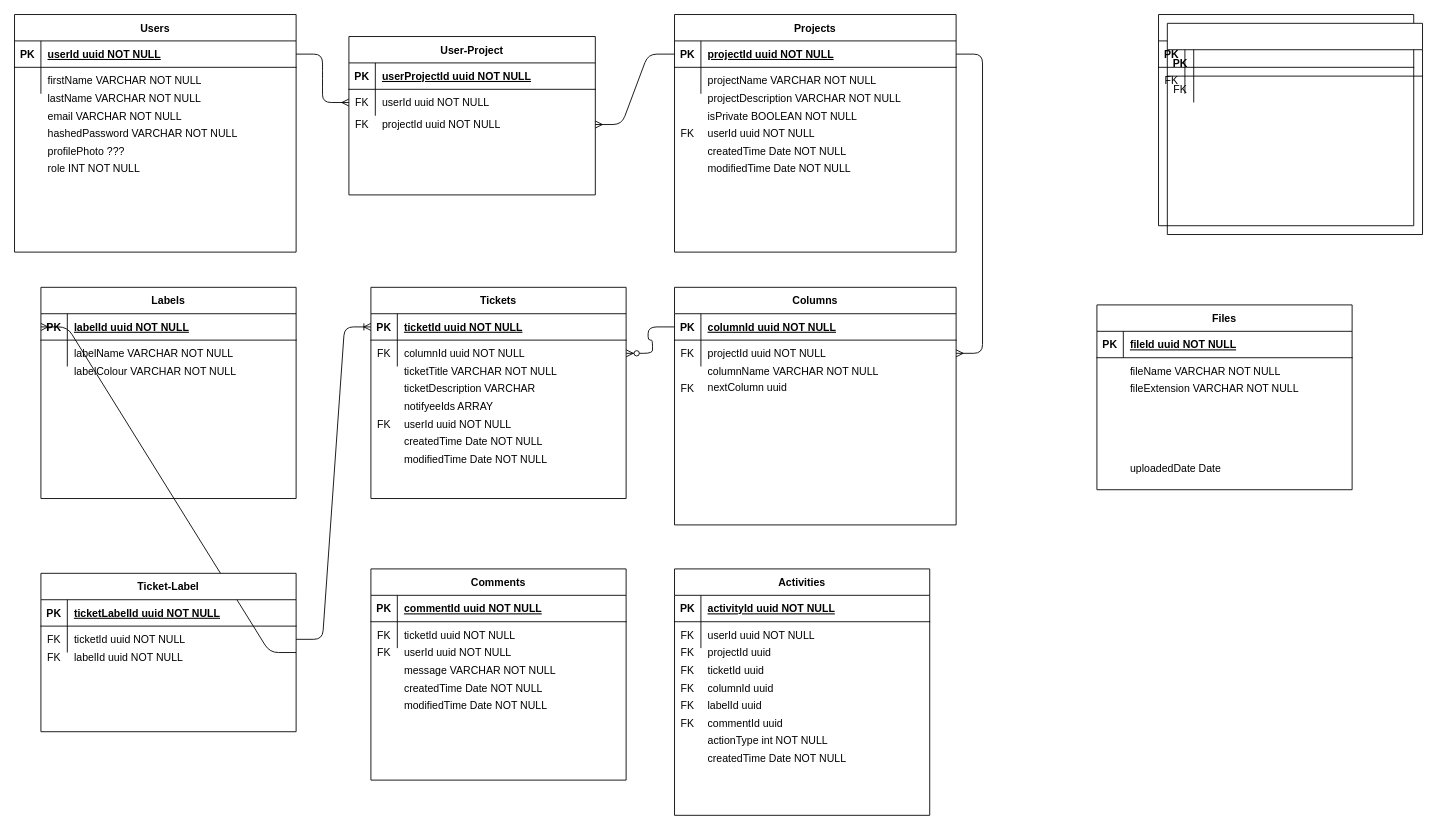
Before: Untitled Diagram.drawio in choym0098/Jira2, a draw.io diagram. Source tidied: cells renumbered, new cells numbered last; positions are measured from the earlier drawing's top-left corner, leaving out a move shared by most shapes. Both pictures are drawn from the tidied source at 88%, with x=0, y=0 at pixel (14, 14).
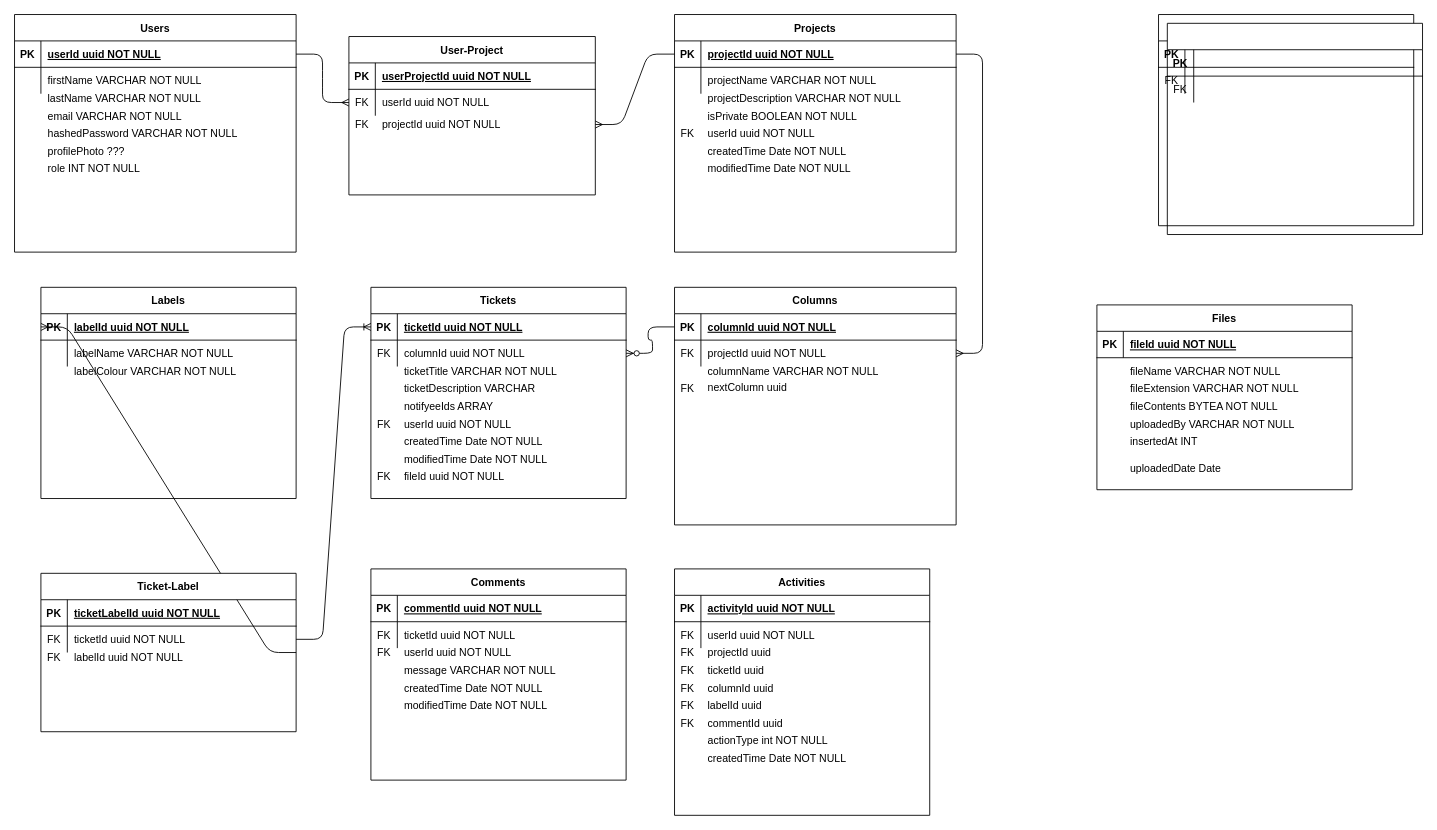
The same page after the edit.

Commit message:
created files table diagram

What changed in the source:
```diff
@@
+    <mxCell id="144" value="fileContents BYTEA NOT NULL" style="shape=partialRectangle;overflow=hidden;fillColor=none;top=0;left=0;bottom=0;right=0;align=left;spacingLeft=6;" parent="1" vertex="1">
+      <mxGeometry x="1260" y="430" width="260" height="30" as="geometry" />
+    </mxCell>
+    <mxCell id="145" value="uploadedBy VARCHAR NOT NULL" style="shape=partialRectangle;overflow=hidden;fillColor=none;top=0;left=0;bottom=0;right=0;align=left;spacingLeft=6;" parent="1" vertex="1">
+      <mxGeometry x="1260" y="450" width="260" height="30" as="geometry" />
+    </mxCell>
+    <mxCell id="146" value="insertedAt INT" style="shape=partialRectangle;overflow=hidden;fillColor=none;top=0;left=0;bottom=0;right=0;align=left;spacingLeft=6;" parent="1" vertex="1">
+      <mxGeometry x="1260" y="470" width="260" height="30" as="geometry" />
+    </mxCell>
+    <mxCell id="147" value="fileId uuid NOT NULL" style="shape=partialRectangle;overflow=hidden;fillColor=none;top=0;left=0;bottom=0;right=0;align=left;spacingLeft=6;" parent="1" vertex="1">
+      <mxGeometry x="435" y="510" width="260" height="30" as="geometry" />
+    </mxCell>
+    <mxCell id="148" value="FK" style="shape=partialRectangle;overflow=hidden;fillColor=none;top=0;left=0;bottom=0;right=0;" parent="1" vertex="1">
+      <mxGeometry x="405" y="510" width="30" height="30" as="geometry" />
+    </mxCell>
```
